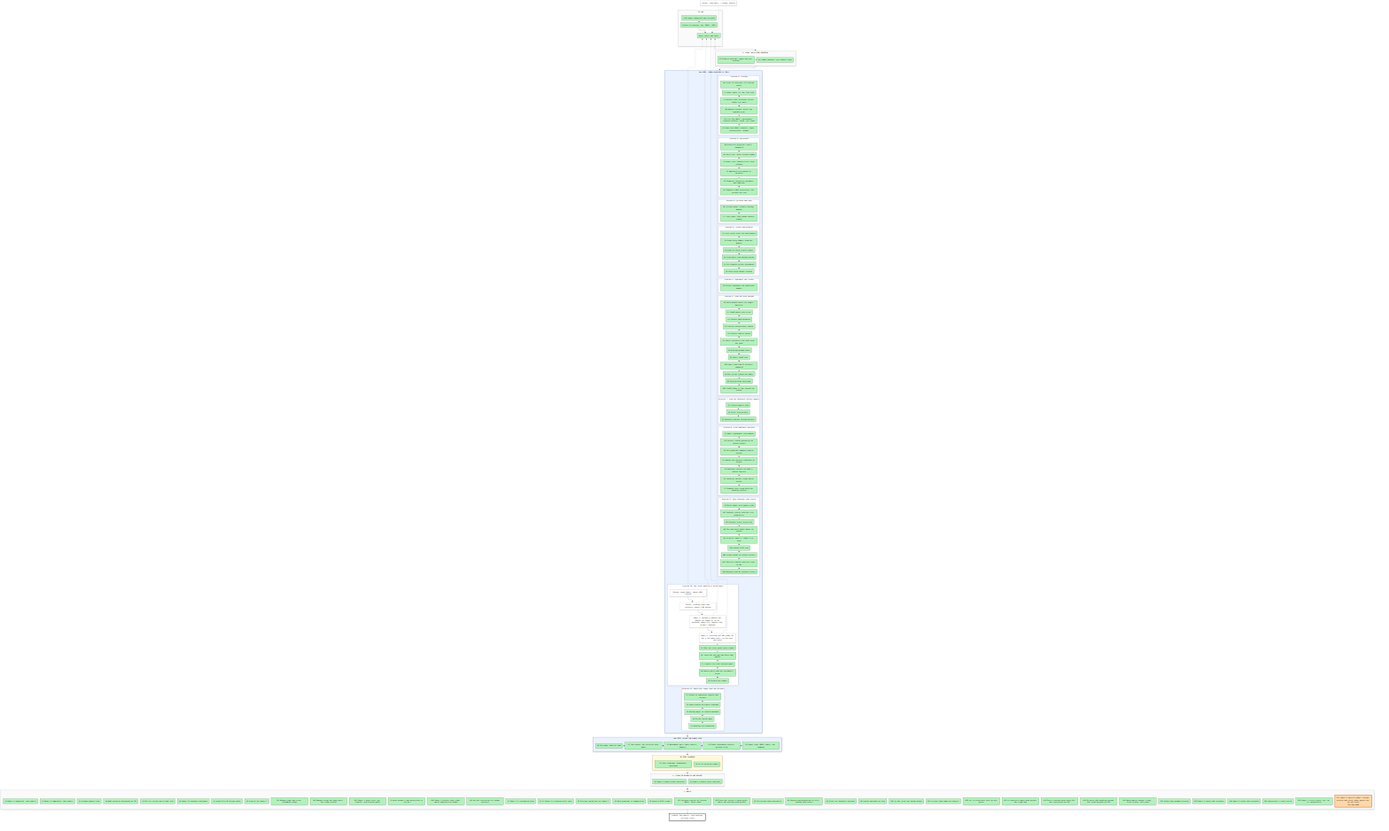
The Mermaid diagram artifacts/notes/progress/map.png in mo-rsa24/concept-composition, before a commit. Its source is kept beside it as artifacts/notes/progress/map.mmd.
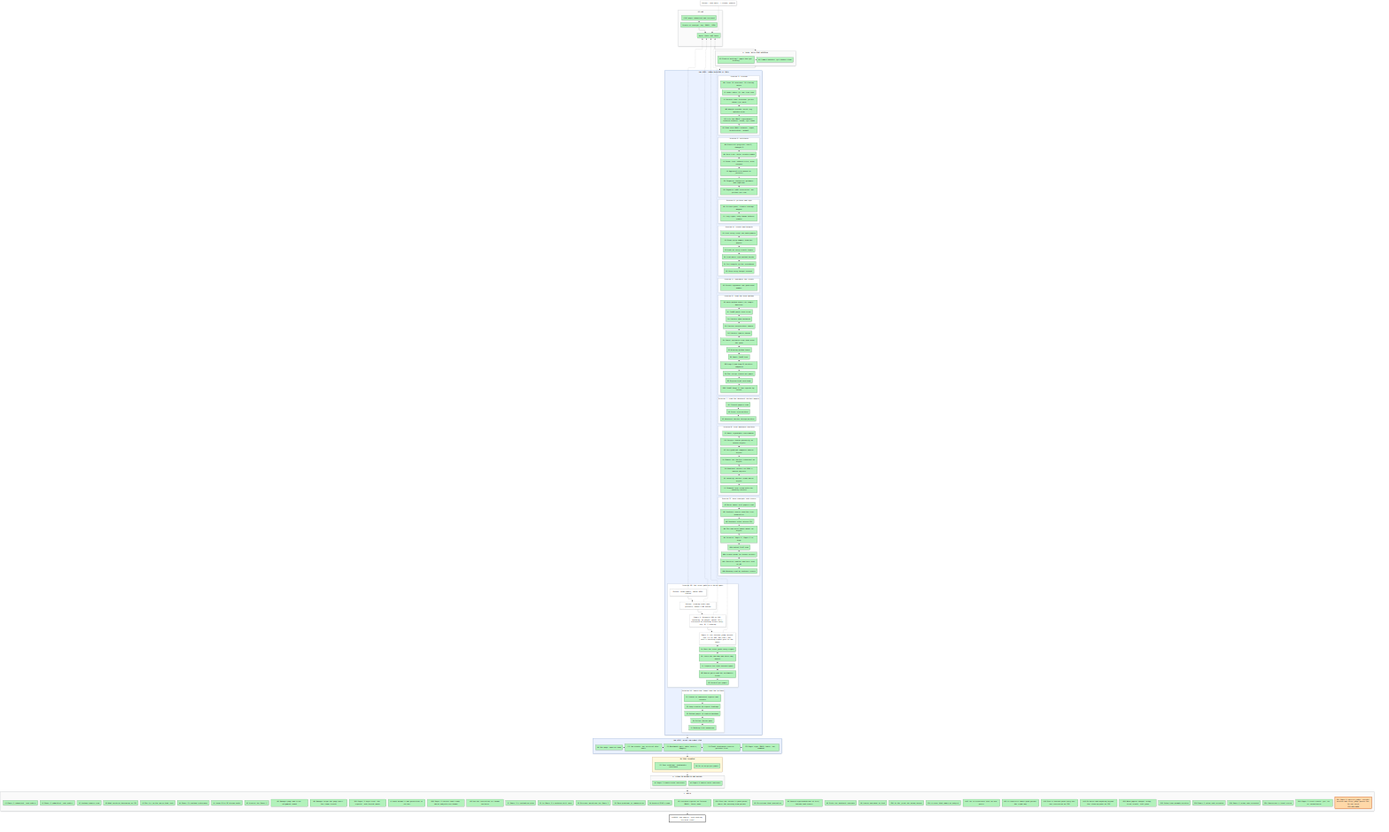
After the commit.

Commit message:
Supervisor and map: Method A's full read, the touching-only retrain, Paper 2's trained judge misses

The edit, as a diff of the source:
```diff
@@ -80,8 +80,8 @@
   X0["Detour: idea walk, 7 claims, paused"]:::detour -.-> P2
   X1["Detour: zoom-ladder, about 430k tokens"]:::detour -.-> P2
   X2["Detour: reading route and pictures, about 1.8M tokens"]:::detour -.-> P2
-  X3["Paper 1: Method A removes the purple on CLEVR (27 of 66 touching, paste 52); squares toy, B and C running"]:::detour -.-> P2
-  X4["Paper 2: training our own judge on the 1,552 hand calls, so the dial can train"]:::detour -.-> P2
+  X3["Paper 1: Method A 303 of 626 touching, no purple (paste 517); retrained on touching scenes only; toy, B, C running"]:::detour -.-> P2
+  X4["Paper 2: our trained judge missed too (75 of 240, bar 216); the dial's training signal goes to the owner"]:::detour -.-> P2
   L1 ~~~ L2 ~~~ L3 ~~~ L4 ~~~ L5 ~~~ L6 ~~~ L7 ~~~ L8 ~~~ L9 ~~~ L10 ~~~ L11
   S0 --> SA --> LOOP --> JOIN --> CAL --> SE --> SF --> GOAL
   style S0 fill:#fafafa,stroke:#adb5bd
```
